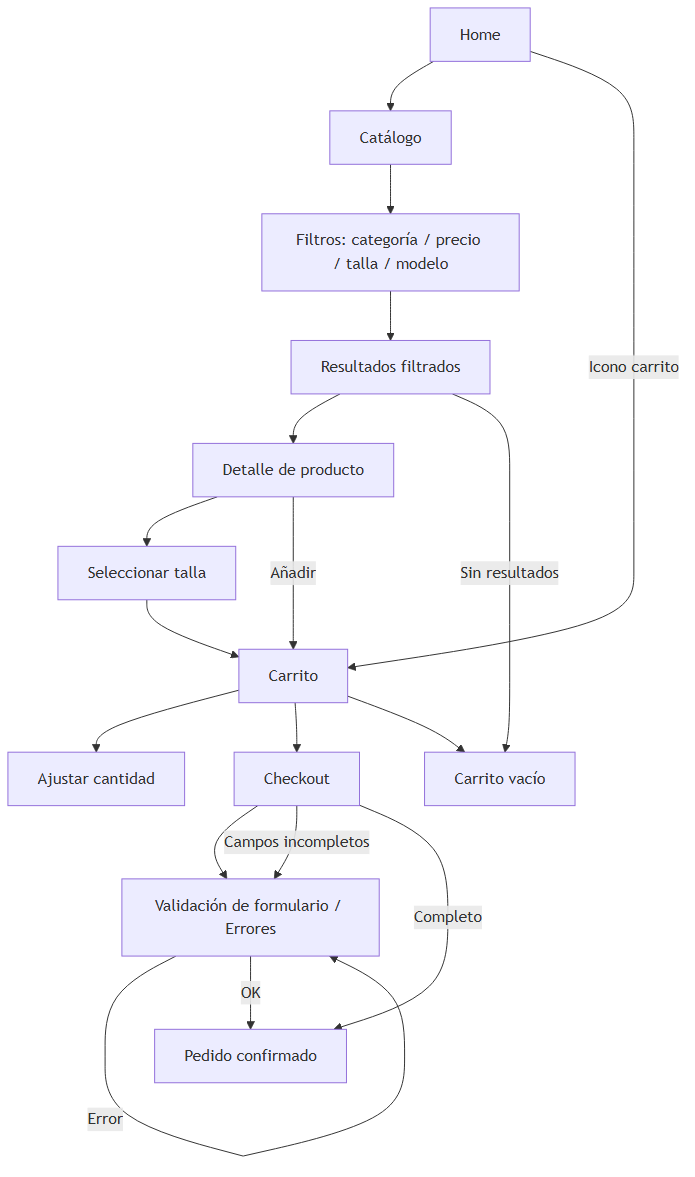
Before: deliverables/flow-diagram.png, a diagram exported from Mermaid (tomasaar/a3-dise-o-acrros). Its source is kept beside it as deliverables/flow-diagram.mmd.
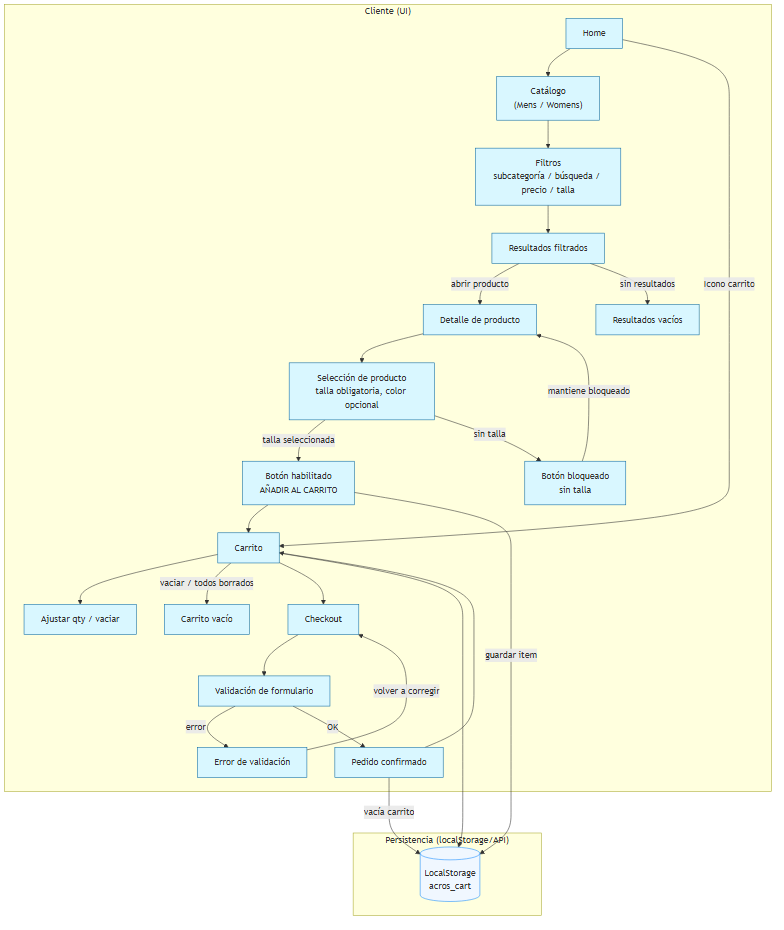
The same diagram one commit later.

Commit message:
Update checkout validation, flow diagram, Netlify redirect, and catalog modal behavior

What changed in the source:
```diff
@@ -1,36 +1,51 @@
 flowchart TD
-    Home[Home]
-    Catalog[Catálogo]
-    Filter[Filtros: categoría / precio / talla / modelo]
-    Results[Resultados filtrados]
-    Product[Detalle de producto]
-    Size[Seleccionar talla y color]
-    ColorOK[Color y talla seleccionados]
-    NoSelect[Sin selección]
-    Cart[Carrito]
-    Adjust[Ajustar cantidad]
-    Checkout[Checkout]
-    Validation[Validación de formulario / Errores]
-    Success[Pedido confirmado]
-    Empty[Carrito vacío]
+    subgraph UI["Cliente (UI)"]
+      Home["Home"]
+      Catalog["Catálogo\n(Mens / Womens)"]
+      Filter["Filtros\nsubcategoría / búsqueda / precio / talla"]
+      Results["Resultados filtrados"]
+      NoResults["Resultados vacíos"]
+      Product["Detalle de producto"]
+      Select["Selección de producto\ntalla obligatoria, color opcional"]
+      Disabled["Botón bloqueado\nsin talla"]
+      AddCart["Botón habilitado\nAÑADIR AL CARRITO"]
+      Cart["Carrito"]
+      Adjust["Ajustar qty / vaciar"]
+      EmptyCart["Carrito vacío"]
+      Checkout["Checkout"]
+      Validate["Validación de formulario"]
+      Error["Error de validación"]
+      Success["Pedido confirmado"]
+    end
+
+    subgraph Persistence["Persistencia (localStorage/API)"]
+      LocalCart[("LocalStorage\nacros_cart")]
+    end
 
     Home --> Catalog
+    Home --> |Icono carrito| Cart
     Catalog --> Filter
     Filter --> Results
-    Results --> Product
-    Product --> Size
-    Size --> |Validado| ColorOK
-    Size --> |Falta selección| NoSelect
-    NoSelect --> |Botón deshabilitado| Product
-    ColorOK --> Cart
+    Results --> |abrir producto| Product
+    Results --> |sin resultados| NoResults
+    Product --> Select
+    Select --> |talla seleccionada| AddCart
+    Select --> |sin talla| Disabled
+    Disabled --> |mantiene bloqueado| Product
+    AddCart --> Cart
+    AddCart --> |guardar item| LocalCart
     Cart --> Adjust
+    Cart --> |vaciar / todos borrados| EmptyCart
     Cart --> Checkout
-    Checkout --> Validation
-    Validation --> |Error| Validation
-    Validation --> |OK| Success
-    Cart --> Empty
-    Home --> |Icono carrito| Cart
-    Results --> |Sin resultados| Empty
-    Product --> |Añadir| Cart
-    Checkout --> |Campos incompletos| Validation
-    Checkout --> |Completo| Success
+    Cart --> LocalCart
+    Checkout --> Validate
+    Validate --> |error| Error
+    Error --> |volver a corregir| Checkout
+    Validate --> |OK| Success
+    Success --> |vacía carrito| LocalCart
+    Success --> Cart
+
+    classDef ui fill:#d9f7ff,stroke:#0b69a3,stroke-width:1px;
+    classDef persistence fill:#f0f7ff,stroke:#1a8cff,stroke-width:1px;
+    class Home,Catalog,Filter,Results,NoResults,Product,Select,Disabled,AddCart,Cart,Adjust,EmptyCart,Checkout,Validate,Error,Success ui;
+    class LocalCart persistence;
```
